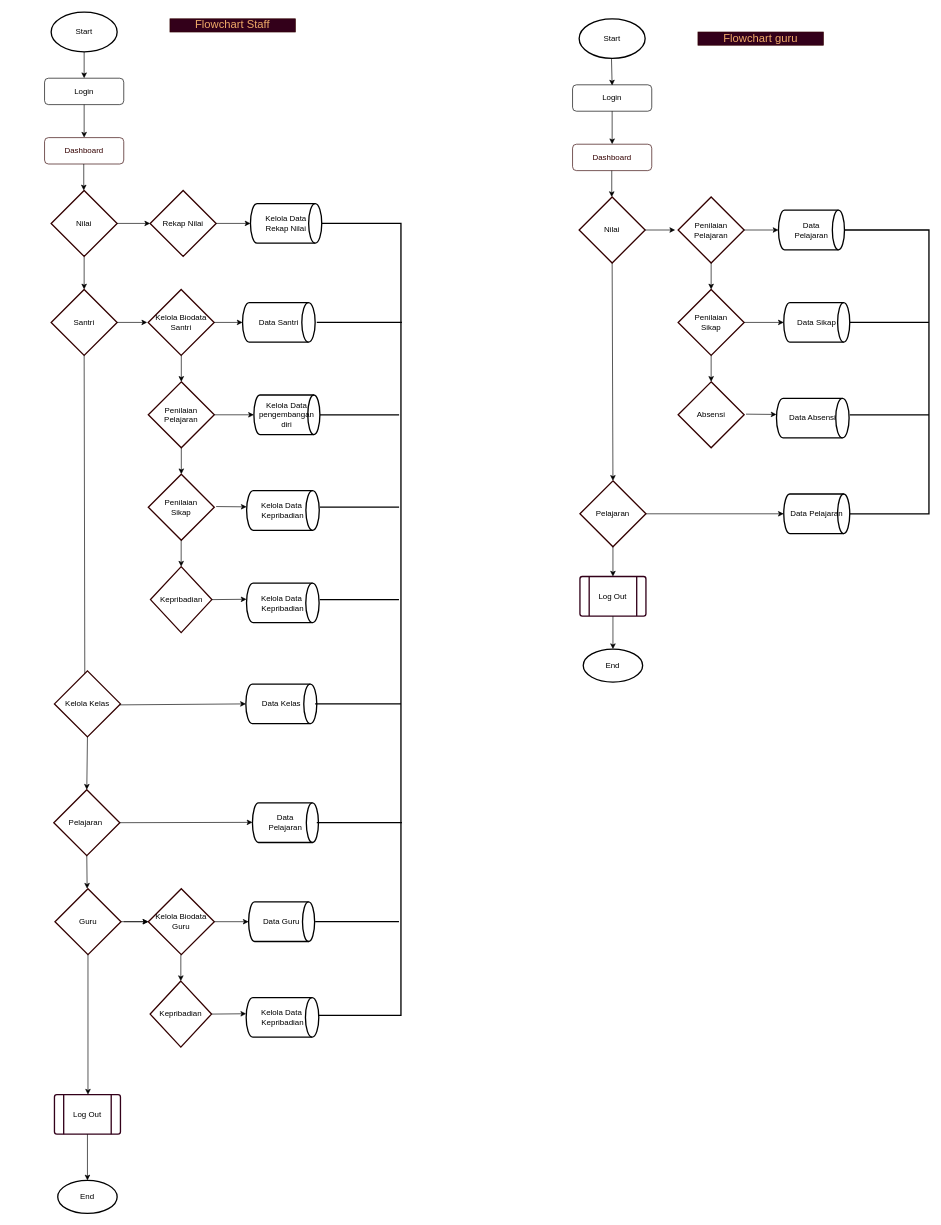
Above: page "FC" (1 of 29) of draw.io/Proyek-3.drawio in Tugas-Proyek-Polindra/proyek-3 (draw.io), before the change. Source tidied: cells renumbered, new cells numbered last; positions are measured from the earlier drawing's top-left corner, leaving out a move shared by most shapes. Both pictures are drawn from the tidied source at 66%, with x=0, y=0 at pixel (11, 12).
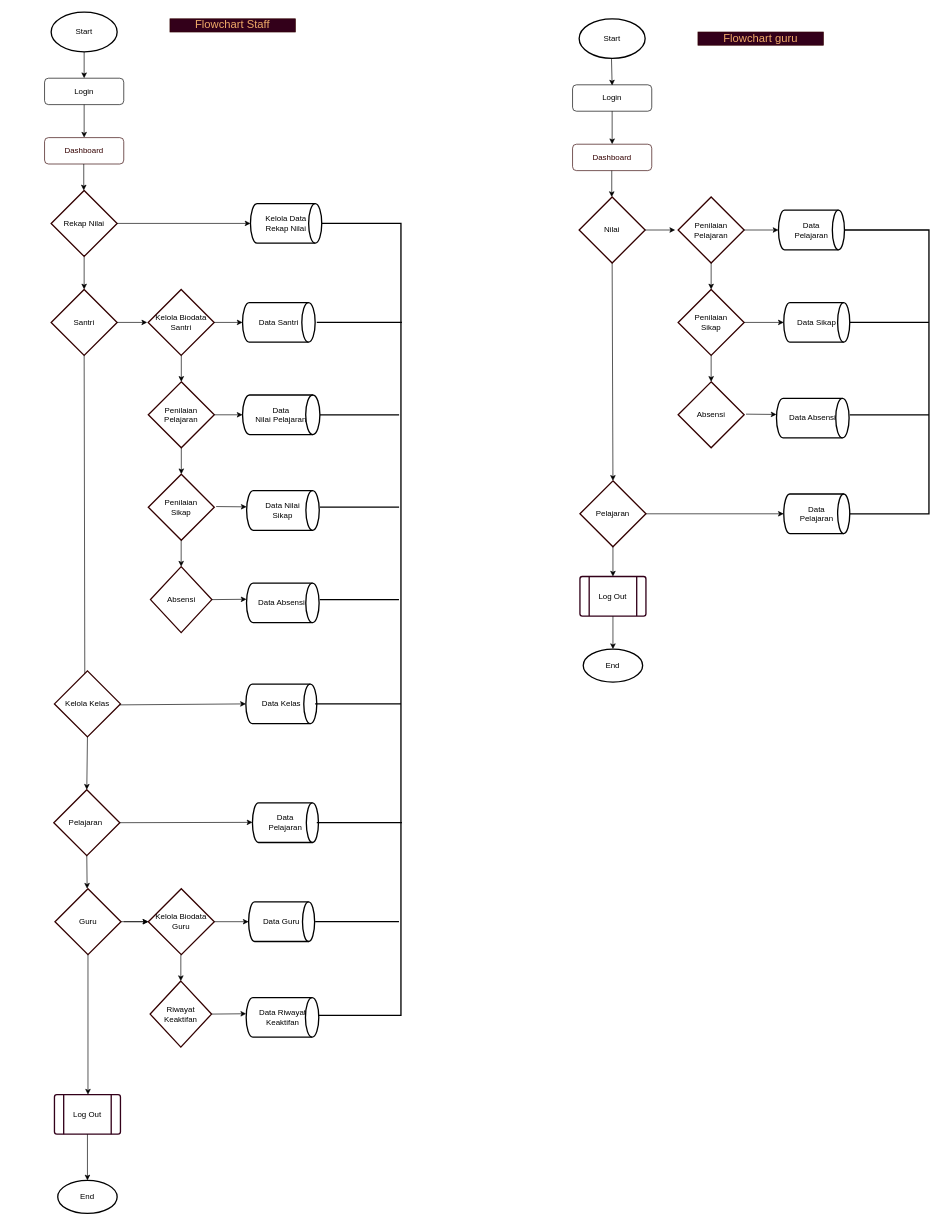
The same diagram, later.

The change refers to these unchanged cells:
```xml
<mxCell id="2" style="group;fontStyle=4;" parent="1" vertex="1">
  <mxGeometry width="617" height="1568" as="geometry" />
</mxCell>
<mxCell id="19" value="Kelola Data &lt;br&gt;Rekap Nilai" style="strokeWidth=2;html=1;shape=mxgraph.flowchart.direct_data;whiteSpace=wrap;fillColor=#FFFFFF;fontColor=none;" parent="2" vertex="1">
  <mxGeometry x="362" y="290" width="108" height="60" as="geometry" />
</mxCell>
<mxCell id="38" value="Penilaian Pelajaran" style="strokeWidth=2;html=1;shape=mxgraph.flowchart.decision;whiteSpace=wrap;fillColor=#FFFFFF;strokeColor=#330000;" parent="2" vertex="1">
  <mxGeometry x="207.2" y="560" width="100" height="100" as="geometry" />
</mxCell>
```

Diff of the diagram source:
```diff
@@
-    <mxCell id="8" value="Rekap Nilai" style="strokeWidth=2;html=1;shape=mxgraph.flowchart.decision;whiteSpace=wrap;fillColor=#FFFFFF;strokeColor=#330000;" parent="2" vertex="1">
-      <mxGeometry x="210" y="270" width="100" height="100" as="geometry" />
-    </mxCell>
@@
-    <mxCell id="16" value="Nilai" style="strokeWidth=2;html=1;shape=mxgraph.flowchart.decision;whiteSpace=wrap;fillColor=#FFFFFF;strokeColor=#330000;" parent="2" vertex="1">
+    <mxCell id="16" value="Rekap Nilai" style="strokeWidth=2;html=1;shape=mxgraph.flowchart.decision;whiteSpace=wrap;fillColor=#FFFFFF;strokeColor=#330000;" parent="2" vertex="1">
       <mxGeometry x="60" y="270" width="100" height="100" as="geometry" />
     </mxCell>
-    <mxCell id="17" style="endArrow=classic;html=1;exitX=1;exitY=0.5;exitDx=0;exitDy=0;exitPerimeter=0;entryX=0;entryY=0.5;entryDx=0;entryDy=0;entryPerimeter=0;" parent="2" edge="1" target="8">
+    <mxCell id="17" style="endArrow=classic;html=1;exitX=1;exitY=0.5;exitDx=0;exitDy=0;exitPerimeter=0;entryX=0;entryY=0.5;entryDx=0;entryDy=0;entryPerimeter=0;" parent="2" edge="1" target="19">
       <mxGeometry relative="1" as="geometry">
         <mxPoint x="160" y="320" as="sourcePoint" />
       </mxGeometry>
     </mxCell>
-    <mxCell id="18" style="endArrow=classic;html=1;exitX=1;exitY=0.5;exitDx=0;exitDy=0;exitPerimeter=0;entryX=0;entryY=0.5;entryDx=0;entryDy=0;entryPerimeter=0;" parent="2" edge="1" target="19">
-      <mxGeometry relative="1" as="geometry">
-        <mxPoint x="310" y="320" as="sourcePoint" />
-      </mxGeometry>
-    </mxCell>
@@
-    <mxCell id="39" style="endArrow=classic;html=1;exitX=1;exitY=0.5;exitDx=0;exitDy=0;exitPerimeter=0;entryX=0;entryY=0.5;entryDx=0;entryDy=0;entryPerimeter=0;" parent="2" edge="1" source="38" target="40">
-      <mxGeometry relative="1" as="geometry" />
+    <mxCell id="39" style="endArrow=classic;html=1;exitX=1;exitY=0.5;exitDx=0;exitDy=0;exitPerimeter=0;" parent="2" edge="1" source="38">
+      <mxGeometry relative="1" as="geometry">
+        <mxPoint x="350" y="610" as="targetPoint" />
+      </mxGeometry>
     </mxCell>
-    <mxCell id="40" value="Kelola Data pengembangan diri" style="strokeWidth=2;html=1;shape=mxgraph.flowchart.direct_data;whiteSpace=wrap;fillColor=#FFFFFF;fontColor=none;" parent="2" vertex="1">
-      <mxGeometry x="367.2" y="580" width="100" height="60" as="geometry" />
+    <mxCell id="40" value="Data &lt;br&gt;Nilai Pelajaran" style="strokeWidth=2;html=1;shape=mxgraph.flowchart.direct_data;whiteSpace=wrap;fillColor=#FFFFFF;fontColor=none;" parent="2" vertex="1">
+      <mxGeometry x="350" y="580" width="117.2" height="60" as="geometry" />
     </mxCell>
@@
-    <mxCell id="44" value="Kelola Data&amp;nbsp; Kepribadian" style="strokeWidth=2;html=1;shape=mxgraph.flowchart.direct_data;whiteSpace=wrap;fillColor=#FFFFFF;fontColor=none;" parent="2" vertex="1">
+    <mxCell id="44" value="Data Nilai &lt;br&gt;Sikap" style="strokeWidth=2;html=1;shape=mxgraph.flowchart.direct_data;whiteSpace=wrap;fillColor=#FFFFFF;fontColor=none;" parent="2" vertex="1">
       <mxGeometry x="356.2" y="725" width="110" height="60" as="geometry" />
     </mxCell>
@@
-    <mxCell id="48" value="Kepribadian" style="strokeWidth=2;html=1;shape=mxgraph.flowchart.decision;whiteSpace=wrap;fillColor=#FFFFFF;strokeColor=#330000;" parent="2" vertex="1">
+    <mxCell id="48" value="Absensi" style="strokeWidth=2;html=1;shape=mxgraph.flowchart.decision;whiteSpace=wrap;fillColor=#FFFFFF;strokeColor=#330000;" parent="2" vertex="1">
       <mxGeometry x="210.5" y="840" width="93" height="100" as="geometry" />
     </mxCell>
@@
-    <mxCell id="50" value="Kelola Data&amp;nbsp; Kepribadian" style="strokeWidth=2;html=1;shape=mxgraph.flowchart.direct_data;whiteSpace=wrap;fillColor=#FFFFFF;fontColor=none;" parent="2" vertex="1">
+    <mxCell id="50" value="Data Absensi&amp;nbsp;" style="strokeWidth=2;html=1;shape=mxgraph.flowchart.direct_data;whiteSpace=wrap;fillColor=#FFFFFF;fontColor=none;" parent="2" vertex="1">
       <mxGeometry x="356" y="865" width="110" height="60" as="geometry" />
     </mxCell>
@@
-    <mxCell id="53" value="Kepribadian" style="strokeWidth=2;html=1;shape=mxgraph.flowchart.decision;whiteSpace=wrap;fillColor=#FFFFFF;strokeColor=#330000;" parent="2" vertex="1">
+    <mxCell id="53" value="Riwayat Keaktifan" style="strokeWidth=2;html=1;shape=mxgraph.flowchart.decision;whiteSpace=wrap;fillColor=#FFFFFF;strokeColor=#330000;" parent="2" vertex="1">
       <mxGeometry x="210" y="1468" width="93" height="100" as="geometry" />
     </mxCell>
@@
-    <mxCell id="55" value="Kelola Data&amp;nbsp; Kepribadian" style="strokeWidth=2;html=1;shape=mxgraph.flowchart.direct_data;whiteSpace=wrap;fillColor=#FFFFFF;fontColor=none;" parent="2" vertex="1">
+    <mxCell id="55" value="Data Riwayat Keaktifan" style="strokeWidth=2;html=1;shape=mxgraph.flowchart.direct_data;whiteSpace=wrap;fillColor=#FFFFFF;fontColor=none;" parent="2" vertex="1">
       <mxGeometry x="355.5" y="1493" width="110" height="60" as="geometry" />
     </mxCell>
@@
-    <mxCell id="87" value="Data Pelajaran" style="strokeWidth=2;html=1;shape=mxgraph.flowchart.direct_data;whiteSpace=wrap;fillColor=#FFFFFF;fontColor=none;" parent="1" vertex="1">
+    <mxCell id="87" value="Data &lt;br&gt;Pelajaran" style="strokeWidth=2;html=1;shape=mxgraph.flowchart.direct_data;whiteSpace=wrap;fillColor=#FFFFFF;fontColor=none;" parent="1" vertex="1">
       <mxGeometry x="1170" y="730" width="100" height="60" as="geometry" />
     </mxCell>
```
